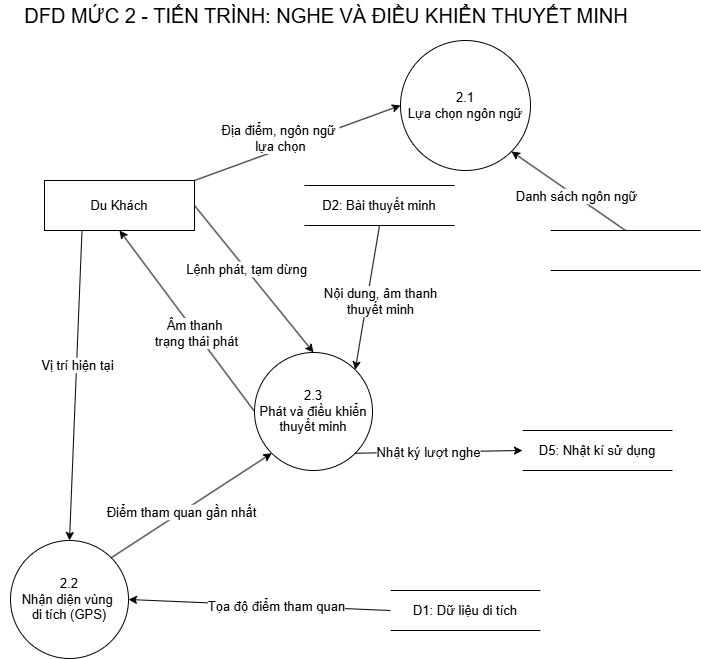
Before: docs/DFD/DFD2-2-Nghevadieukhienthuyetminh.png, a diagram exported from draw.io (huakimngan1404-byte/CNPM_DoAn). Source tidied: cells renumbered, new cells last; positions are measured from the earlier drawing's top-left corner, leaving out a move shared by most shapes.
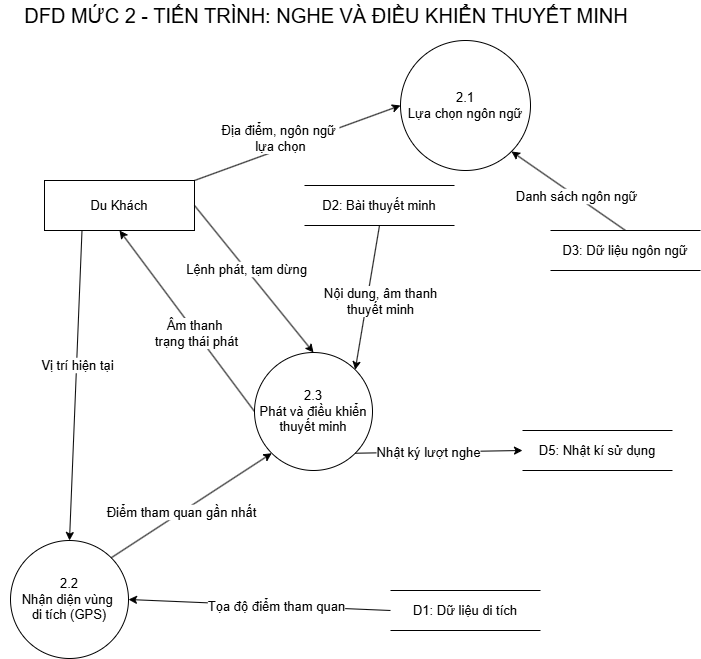
The same file after the commit.

Commit message:
sửa lại vì lỗi D3

Diff of the diagram source:
```diff
@@ -20,7 +20,7 @@
     <mxCell id="7" value="D5: Nhật kí sử dụng" style="html=1;dashed=0;whiteSpace=wrap;shape=partialRectangle;right=0;left=0;fontSize=13;" parent="1" vertex="1">
       <mxGeometry x="522" y="430" width="150" height="40" as="geometry" />
     </mxCell>
-    <mxCell id="8" value="&amp;nbsp; &amp;nbsp; &amp;nbsp; &amp;nbsp; &amp;nbsp; &amp;nbsp; &amp;nbsp; &amp;nbsp; &amp;nbsp; &amp;nbsp; &amp;nbsp; &amp;nbsp; &amp;nbsp; &amp;nbsp; &amp;nbsp; &amp;nbsp; &amp;nbsp; &amp;nbsp; &amp;nbsp; &amp;nbsp; &amp;nbsp; &amp;nbsp; &amp;nbsp; &amp;nbsp; &amp;nbsp; &amp;nbsp; &amp;nbsp; &amp;nbsp; &amp;nbsp; &amp;nbsp; &amp;nbsp; &amp;nbsp; &amp;nbsp; &amp;nbsp; &amp;nbsp; &amp;nbsp; &amp;nbsp; &amp;nbsp; &amp;nbsp; &amp;nbsp; &amp;nbsp; &amp;nbsp; &amp;nbsp; &amp;nbsp; &amp;nbsp; &amp;nbsp; &amp;nbsp; &amp;nbsp; &amp;nbsp; &amp;nbsp; &amp;nbsp; &amp;nbsp; &amp;nbsp; &amp;nbsp; &amp;nbsp; &amp;nbsp; &amp;nbsp; &amp;nbsp; &amp;nbsp; &amp;nbsp; &amp;nbsp; &amp;nbsp; &amp;nbsp; &amp;nbsp; &amp;nbsp; &amp;nbsp; &amp;nbsp; &amp;nbsp; &amp;nbsp; &amp;nbsp; &amp;nbsp; &amp;nbsp; &amp;nbsp; &amp;nbsp; &amp;nbsp; &amp;nbsp;&amp;nbsp; " style="html=1;dashed=0;whiteSpace=wrap;shape=partialRectangle;right=0;left=0;fontSize=13;" parent="1" vertex="1">
+    <mxCell id="8" value="D3: Dữ liệu ngôn ngữ" style="html=1;dashed=0;whiteSpace=wrap;shape=partialRectangle;right=0;left=0;fontSize=13;" parent="1" vertex="1">
       <mxGeometry x="550" y="230" width="150" height="40" as="geometry" />
     </mxCell>
     <mxCell id="9" value="D2: Bài thuyết minh" style="html=1;dashed=0;whiteSpace=wrap;shape=partialRectangle;right=0;left=0;fontSize=13;" parent="1" vertex="1">
```
